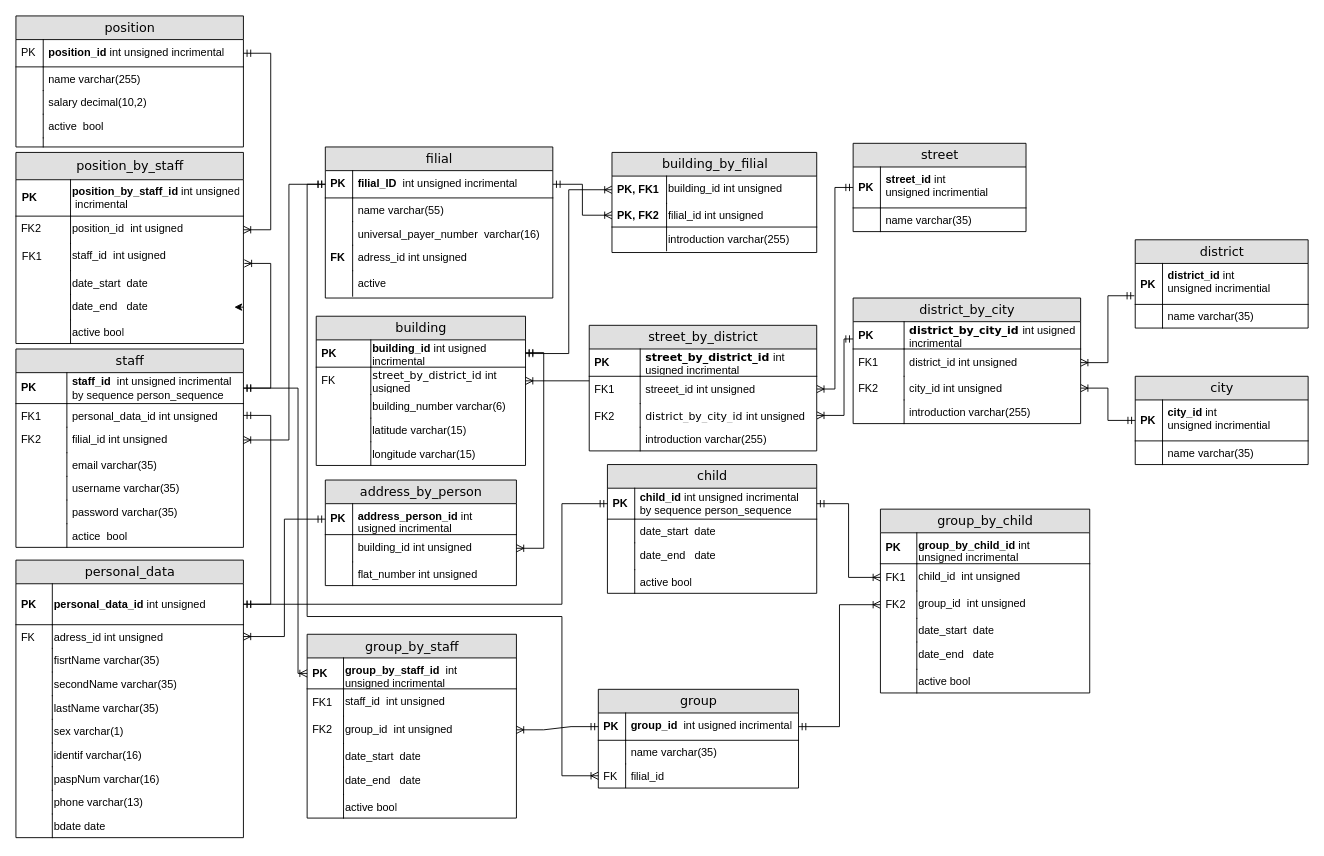
Above: HA.drawio in 1LeoSkaR1/git-demo (draw.io), before the change. Source tidied: cells renumbered, new cells numbered last; positions are measured from the earlier drawing's top-left corner, leaving out a move shared by most shapes. Both pictures are drawn from the tidied source at 91%, with x=0, y=0 at pixel (15, 15).
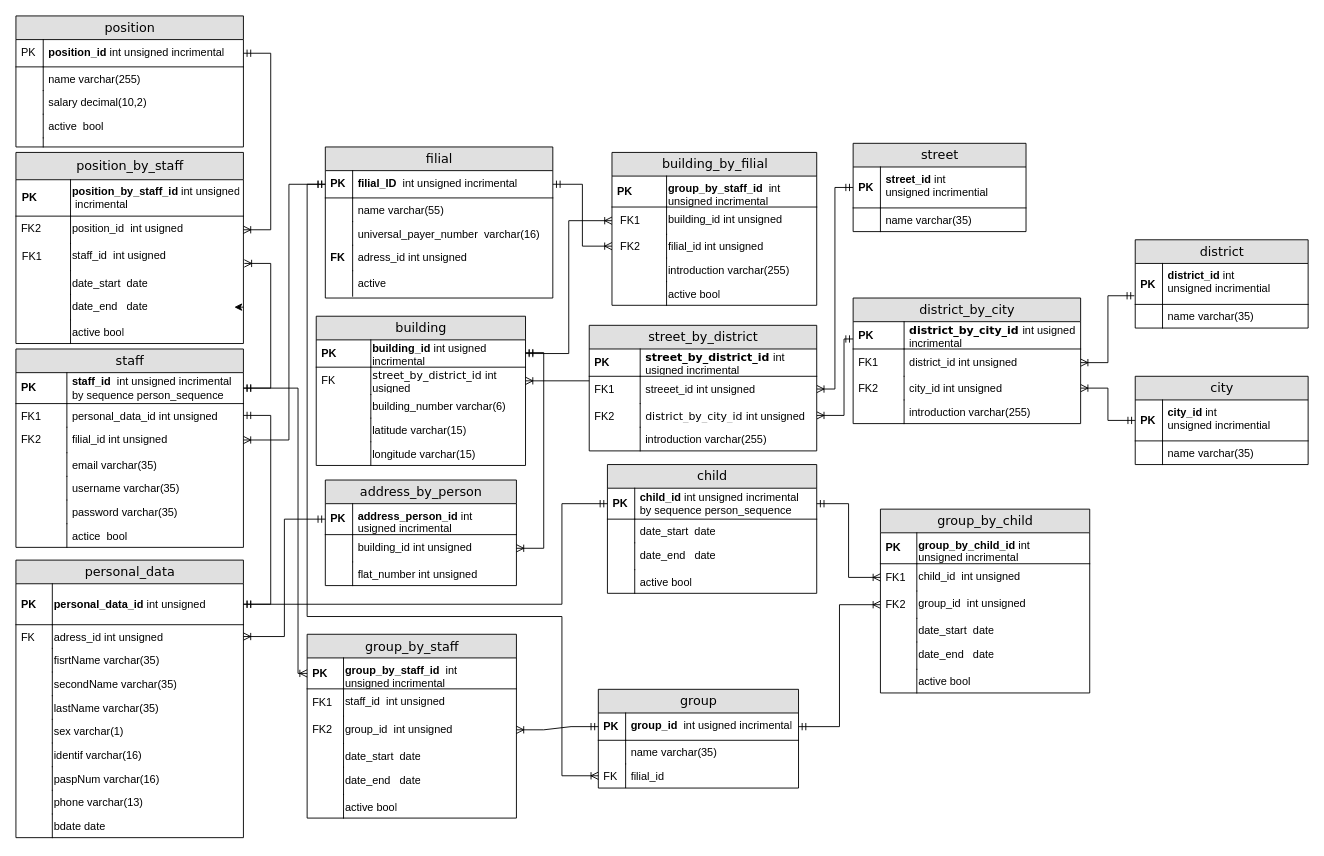
The same diagram, later.

What changed in the source:
```diff
@@
     <mxCell id="142" value="building_by_filial" style="swimlane;html=1;fontStyle=0;horizontal=1;startSize=26;fillColor=#e0e0e0;swimlaneFillColor=#ffffff;align=center;rounded=0;shadow=0;comic=0;labelBackgroundColor=none;strokeWidth=1;fontFamily=Verdana;fontSize=14;" parent="1" vertex="1">
-      <mxGeometry x="655" y="150" width="225" height="110" as="geometry" />
+      <mxGeometry x="655" y="150" width="225" height="168" as="geometry" />
     </mxCell>
+    <mxCell id="193" value="&lt;b&gt;group_by_staff_id&amp;nbsp;&lt;/b&gt;&amp;nbsp;int unsigned&amp;nbsp;incrimental" style="shape=partialRectangle;top=0;left=0;right=0;bottom=1;html=1;align=left;verticalAlign=top;fillColor=none;spacingLeft=60;spacingRight=4;whiteSpace=wrap;overflow=hidden;fontStyle=0;" parent="142" vertex="1">
+      <mxGeometry y="26" width="225" height="34" as="geometry" />
+    </mxCell>
+    <mxCell id="194" value="&lt;span style=&quot;&quot;&gt;PK&lt;/span&gt;" style="shape=partialRectangle;fontStyle=1;top=0;left=0;bottom=0;html=1;fillColor=none;align=left;verticalAlign=middle;spacingLeft=4;spacingRight=4;whiteSpace=wrap;overflow=hidden;" parent="193" vertex="1">
+      <mxGeometry width="60" height="34" as="geometry" />
+    </mxCell>
     <mxCell id="143" value="building_id int unsigned&amp;nbsp;" style="shape=partialRectangle;top=0;left=0;right=0;bottom=0;html=1;align=left;verticalAlign=top;fillColor=none;spacingLeft=60;spacingRight=4;whiteSpace=wrap;overflow=hidden;points=[[0,0.5],[1,0.5]];portConstraint=eastwest;fontStyle=0;" parent="142" vertex="1">
-      <mxGeometry y="26" width="225" height="30" as="geometry" />
+      <mxGeometry y="60" width="225" height="30" as="geometry" />
     </mxCell>
-    <mxCell id="144" value="PK, FK1" style="shape=partialRectangle;fontStyle=1;top=0;left=0;bottom=0;html=1;fillColor=none;align=left;verticalAlign=middle;spacingLeft=4;spacingRight=4;whiteSpace=wrap;overflow=hidden;" parent="143" vertex="1">
+    <mxCell id="144" value="&amp;nbsp;FK1" style="shape=partialRectangle;fontStyle=0;top=0;left=0;bottom=0;html=1;fillColor=none;align=left;verticalAlign=middle;spacingLeft=4;spacingRight=4;whiteSpace=wrap;overflow=hidden;" parent="143" vertex="1">
       <mxGeometry width="60" height="30" as="geometry" />
     </mxCell>
-    <mxCell id="145" value="filial_id int unsigned&amp;nbsp;" style="shape=partialRectangle;top=0;left=0;right=0;bottom=1;html=1;align=left;verticalAlign=top;fillColor=none;spacingLeft=60;spacingRight=4;whiteSpace=wrap;overflow=hidden;points=[[0,0.5],[1,0.5]];portConstraint=eastwest;" parent="142" vertex="1">
-      <mxGeometry y="56" width="225" height="26" as="geometry" />
+    <mxCell id="145" value="filial_id int unsigned&amp;nbsp;" style="shape=partialRectangle;top=0;left=0;right=0;bottom=0;html=1;align=left;verticalAlign=top;fillColor=none;spacingLeft=60;spacingRight=4;whiteSpace=wrap;overflow=hidden;points=[[0,0.5],[1,0.5]];portConstraint=eastwest;" parent="142" vertex="1">
+      <mxGeometry y="90" width="225" height="26" as="geometry" />
     </mxCell>
-    <mxCell id="146" value="&lt;span style=&quot;font-weight: 700&quot;&gt;PK,&amp;nbsp;&lt;/span&gt;&lt;b&gt;FK2&lt;/b&gt;" style="shape=partialRectangle;top=0;left=0;bottom=0;html=1;fillColor=none;align=left;verticalAlign=top;spacingLeft=4;spacingRight=4;whiteSpace=wrap;overflow=hidden;" parent="145" vertex="1">
+    <mxCell id="146" value="&lt;span style=&quot;&quot;&gt;&amp;nbsp;&lt;/span&gt;&lt;span&gt;FK2&lt;/span&gt;" style="shape=partialRectangle;top=0;left=0;bottom=0;html=1;fillColor=none;align=left;verticalAlign=top;spacingLeft=4;spacingRight=4;whiteSpace=wrap;overflow=hidden;fontStyle=0;" parent="145" vertex="1">
       <mxGeometry width="60" height="26" as="geometry" />
     </mxCell>
+    <mxCell id="195" value="introduction varchar(255)" style="shape=partialRectangle;top=0;left=0;right=0;bottom=0;html=1;align=left;verticalAlign=top;fillColor=none;spacingLeft=60;spacingRight=4;whiteSpace=wrap;overflow=hidden;fontStyle=0;" parent="142" vertex="1">
+      <mxGeometry y="116" width="225" height="26" as="geometry" />
+    </mxCell>
+    <mxCell id="196" style="shape=partialRectangle;top=0;left=0;bottom=0;html=1;fillColor=none;align=left;verticalAlign=top;spacingLeft=4;spacingRight=4;whiteSpace=wrap;overflow=hidden;" parent="195" vertex="1">
+      <mxGeometry width="60" height="26" as="geometry" />
+    </mxCell>
-    <mxCell id="147" value="introduction varchar(255)" style="shape=partialRectangle;top=0;left=0;right=0;bottom=0;html=1;align=left;verticalAlign=top;fillColor=none;spacingLeft=60;spacingRight=4;whiteSpace=wrap;overflow=hidden;fontStyle=0;" parent="142" vertex="1">
-      <mxGeometry y="82" width="225" height="26" as="geometry" />
+    <mxCell id="147" value="active bool" style="shape=partialRectangle;top=0;left=0;right=0;bottom=0;html=1;align=left;verticalAlign=top;fillColor=none;spacingLeft=60;spacingRight=4;whiteSpace=wrap;overflow=hidden;fontStyle=0;" parent="142" vertex="1">
+      <mxGeometry y="142" width="225" height="26" as="geometry" />
     </mxCell>
```
